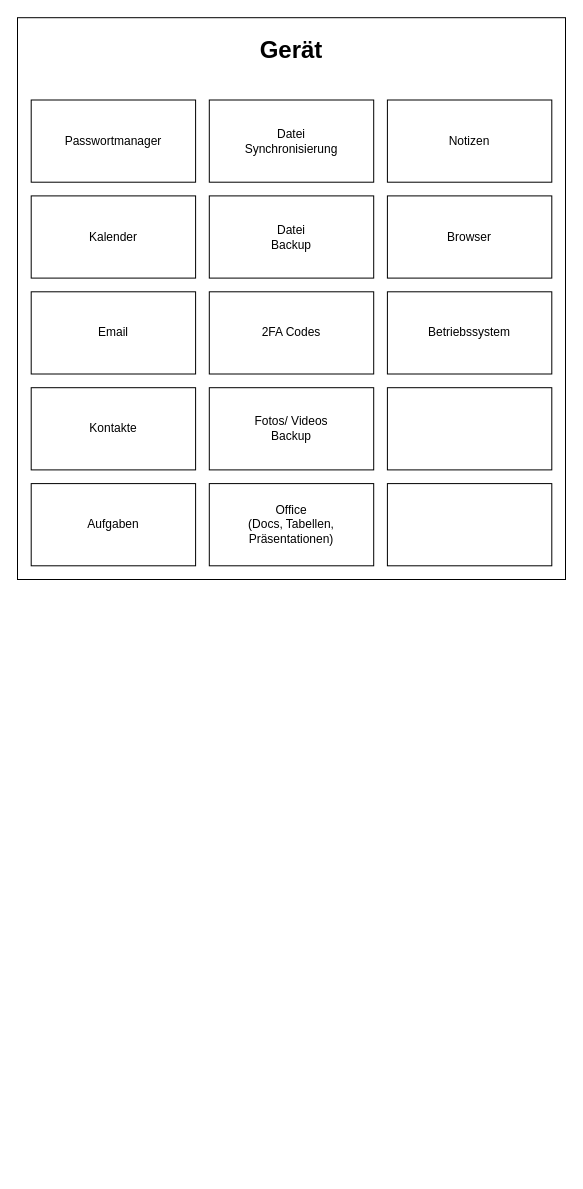
This is digitales-oekosystem.drawio from esatbayhan/zeichnungen, a draw.io file, before an edit. Source tidied: cells renumbered, new cells numbered last; positions are measured from the earlier drawing's top-left corner, leaving out a move shared by most shapes. Both pictures are drawn from the tidied source at 100%, with x=0, y=0 at pixel (17, 17).
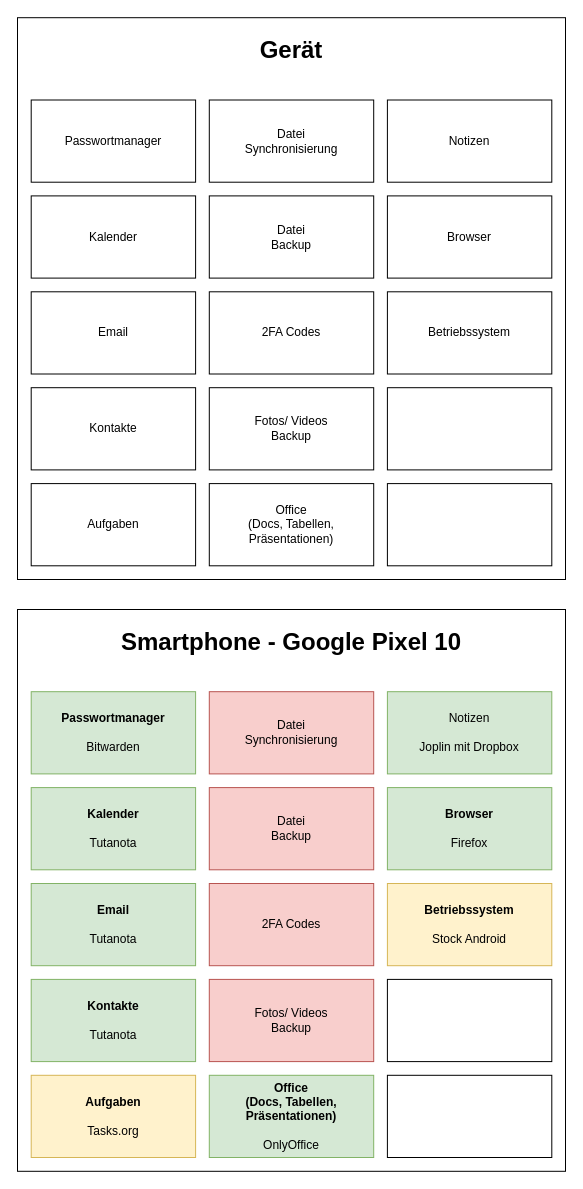
After the change.

Commit message:
Addred diagram for current smartphone

The edit, as a diff of the source:
```diff
@@
+    <mxCell id="18" value="&lt;h1&gt;Smartphone - Google Pixel 10&lt;/h1&gt;" style="rounded=0;whiteSpace=wrap;html=1;verticalAlign=top;labelPosition=center;verticalLabelPosition=middle;align=center;spacing=-2;" parent="1" vertex="1">
+      <mxGeometry y="592" width="548" height="561.8" as="geometry" />
+    </mxCell>
+    <mxCell id="19" value="&lt;div&gt;&lt;b&gt;Passwortmanager&lt;/b&gt;&lt;/div&gt;&lt;div&gt;&lt;br&gt;&lt;/div&gt;&lt;div&gt;Bitwarden&lt;/div&gt;" style="rounded=0;whiteSpace=wrap;html=1;fillColor=#d5e8d4;strokeColor=#82b366;" parent="1" vertex="1">
+      <mxGeometry x="13.7" y="674.2" width="164.4" height="82.2" as="geometry" />
+    </mxCell>
+    <mxCell id="20" value="&lt;div&gt;&lt;b&gt;Kalender&lt;/b&gt;&lt;/div&gt;&lt;div&gt;&lt;b&gt;&lt;br&gt;&lt;/b&gt;&lt;/div&gt;&lt;div&gt;Tutanota&lt;/div&gt;" style="rounded=0;whiteSpace=wrap;html=1;fillColor=#d5e8d4;strokeColor=#82b366;" parent="1" vertex="1">
+      <mxGeometry x="13.7" y="770.1" width="164.4" height="82.2" as="geometry" />
+    </mxCell>
+    <mxCell id="21" value="&lt;div&gt;&lt;b&gt;Email&lt;/b&gt;&lt;/div&gt;&lt;div&gt;&lt;b&gt;&lt;br&gt;&lt;/b&gt;&lt;/div&gt;&lt;div&gt;Tutanota&lt;/div&gt;" style="rounded=0;whiteSpace=wrap;html=1;fillColor=#d5e8d4;strokeColor=#82b366;" parent="1" vertex="1">
+      <mxGeometry x="13.7" y="866" width="164.4" height="82.2" as="geometry" />
+    </mxCell>
+    <mxCell id="22" value="&lt;div&gt;&lt;b&gt;Kontakte&lt;/b&gt;&lt;/div&gt;&lt;div&gt;&lt;b&gt;&lt;br&gt;&lt;/b&gt;&lt;/div&gt;&lt;div&gt;Tutanota&lt;/div&gt;" style="rounded=0;whiteSpace=wrap;html=1;fillColor=#d5e8d4;strokeColor=#82b366;" parent="1" vertex="1">
+      <mxGeometry x="13.7" y="961.9" width="164.4" height="82.2" as="geometry" />
+    </mxCell>
+    <mxCell id="23" value="&lt;div&gt;&lt;b&gt;Aufgaben&lt;/b&gt;&lt;/div&gt;&lt;div&gt;&lt;br&gt;&lt;/div&gt;&lt;div&gt;Tasks.org&lt;/div&gt;" style="rounded=0;whiteSpace=wrap;html=1;fillColor=#fff2cc;strokeColor=#d6b656;" parent="1" vertex="1">
+      <mxGeometry x="13.7" y="1057.8" width="164.4" height="82.2" as="geometry" />
+    </mxCell>
+    <mxCell id="24" value="&lt;div&gt;Datei&lt;/div&gt;&lt;div&gt;Synchronisierung&lt;/div&gt;" style="rounded=0;whiteSpace=wrap;html=1;fillColor=#f8cecc;strokeColor=#b85450;" parent="1" vertex="1">
+      <mxGeometry x="191.8" y="674.2" width="164.4" height="82.2" as="geometry" />
+    </mxCell>
+    <mxCell id="25" value="&lt;div&gt;Datei&lt;/div&gt;&lt;div&gt;Backup&lt;/div&gt;" style="rounded=0;whiteSpace=wrap;html=1;fillColor=#f8cecc;strokeColor=#b85450;" parent="1" vertex="1">
+      <mxGeometry x="191.8" y="770.1" width="164.4" height="82.2" as="geometry" />
+    </mxCell>
+    <mxCell id="26" value="2FA Codes" style="rounded=0;whiteSpace=wrap;html=1;fillColor=#f8cecc;strokeColor=#b85450;" parent="1" vertex="1">
+      <mxGeometry x="191.8" y="866" width="164.4" height="82.2" as="geometry" />
+    </mxCell>
+    <mxCell id="27" value="&lt;div&gt;Fotos/ Videos&lt;/div&gt;&lt;div&gt;Backup&lt;/div&gt;" style="rounded=0;whiteSpace=wrap;html=1;fillColor=#f8cecc;strokeColor=#b85450;" parent="1" vertex="1">
+      <mxGeometry x="191.8" y="961.9" width="164.4" height="82.2" as="geometry" />
+    </mxCell>
+    <mxCell id="28" value="&lt;div&gt;&lt;b&gt;Office&lt;/b&gt;&lt;/div&gt;&lt;div&gt;&lt;b&gt;(Docs, Tabellen, Präsentationen)&lt;/b&gt;&lt;/div&gt;&lt;div&gt;&lt;b&gt;&lt;br&gt;&lt;/b&gt;&lt;/div&gt;&lt;div&gt;OnlyOffice&lt;/div&gt;" style="rounded=0;whiteSpace=wrap;html=1;fillColor=#d5e8d4;strokeColor=#82b366;" parent="1" vertex="1">
+      <mxGeometry x="191.8" y="1057.8" width="164.4" height="82.2" as="geometry" />
+    </mxCell>
+    <mxCell id="29" value="&lt;div&gt;Notizen&lt;/div&gt;&lt;div&gt;&lt;br&gt;&lt;/div&gt;&lt;div&gt;Joplin mit Dropbox&lt;/div&gt;" style="rounded=0;whiteSpace=wrap;html=1;fillColor=#d5e8d4;strokeColor=#82b366;" parent="1" vertex="1">
+      <mxGeometry x="369.9" y="674.2" width="164.4" height="82.2" as="geometry" />
+    </mxCell>
+    <mxCell id="30" value="&lt;div&gt;&lt;b&gt;Browser&lt;/b&gt;&lt;/div&gt;&lt;div&gt;&lt;br&gt;&lt;/div&gt;&lt;div&gt;Firefox&lt;/div&gt;" style="rounded=0;whiteSpace=wrap;html=1;fillColor=#d5e8d4;strokeColor=#82b366;" parent="1" vertex="1">
+      <mxGeometry x="369.9" y="770.1" width="164.4" height="82.2" as="geometry" />
+    </mxCell>
+    <mxCell id="31" value="&lt;div&gt;&lt;b&gt;Betriebssystem&lt;/b&gt;&lt;/div&gt;&lt;div&gt;&lt;br&gt;&lt;/div&gt;&lt;div&gt;Stock Android&lt;/div&gt;" style="rounded=0;whiteSpace=wrap;html=1;fillColor=#fff2cc;strokeColor=#d6b656;" parent="1" vertex="1">
+      <mxGeometry x="369.9" y="866" width="164.4" height="82.2" as="geometry" />
+    </mxCell>
+    <mxCell id="32" style="rounded=0;whiteSpace=wrap;html=1;" parent="1" vertex="1">
+      <mxGeometry x="369.9" y="961.9" width="164.4" height="82.2" as="geometry" />
+    </mxCell>
+    <mxCell id="33" style="rounded=0;whiteSpace=wrap;html=1;" parent="1" vertex="1">
+      <mxGeometry x="369.9" y="1057.8" width="164.4" height="82.2" as="geometry" />
+    </mxCell>
```
